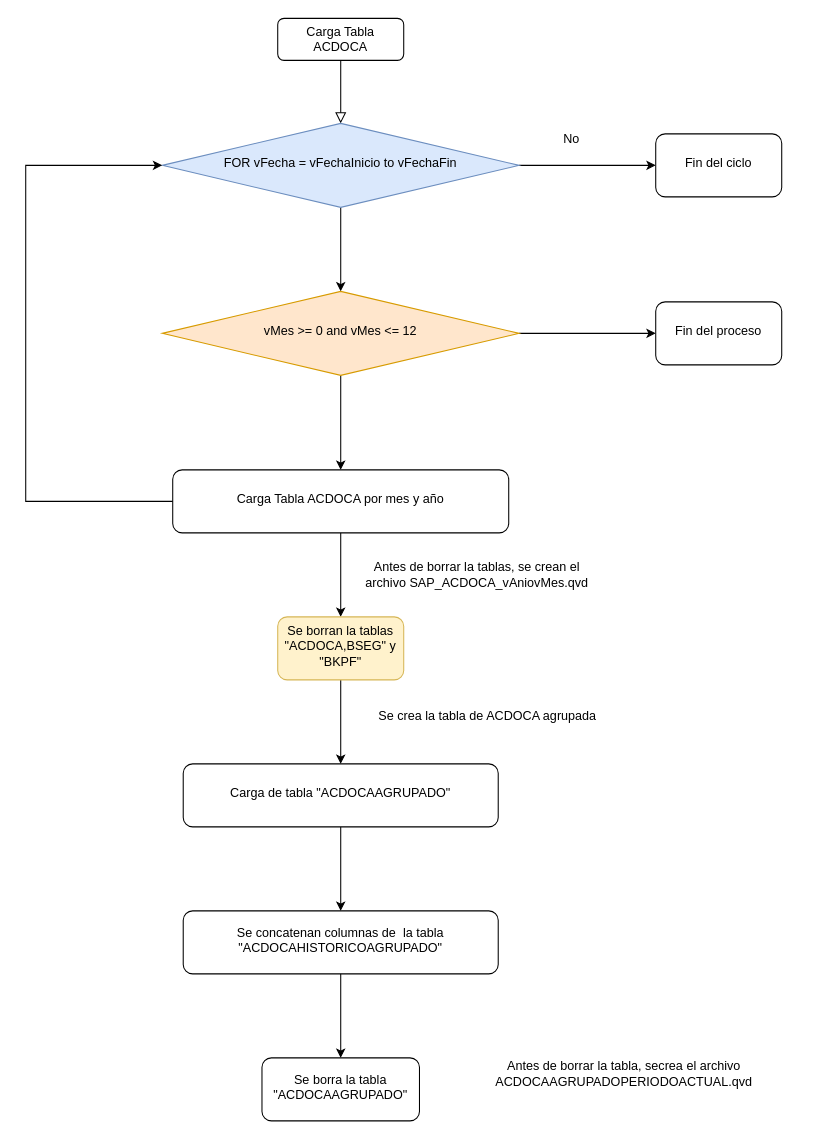
Earlier version of the draw.io diagram Transformación_Acdoca/Diagrama sin título.drawio (David-hub-utn/Proceso-de-transformaci-n-de-SAP). Source tidied: cells renumbered, new cells numbered last; positions are measured from the earlier drawing's top-left corner, leaving out a move shared by most shapes. Both pictures are drawn from the tidied source at 105%, with x=0, y=0 at pixel (25, 18).
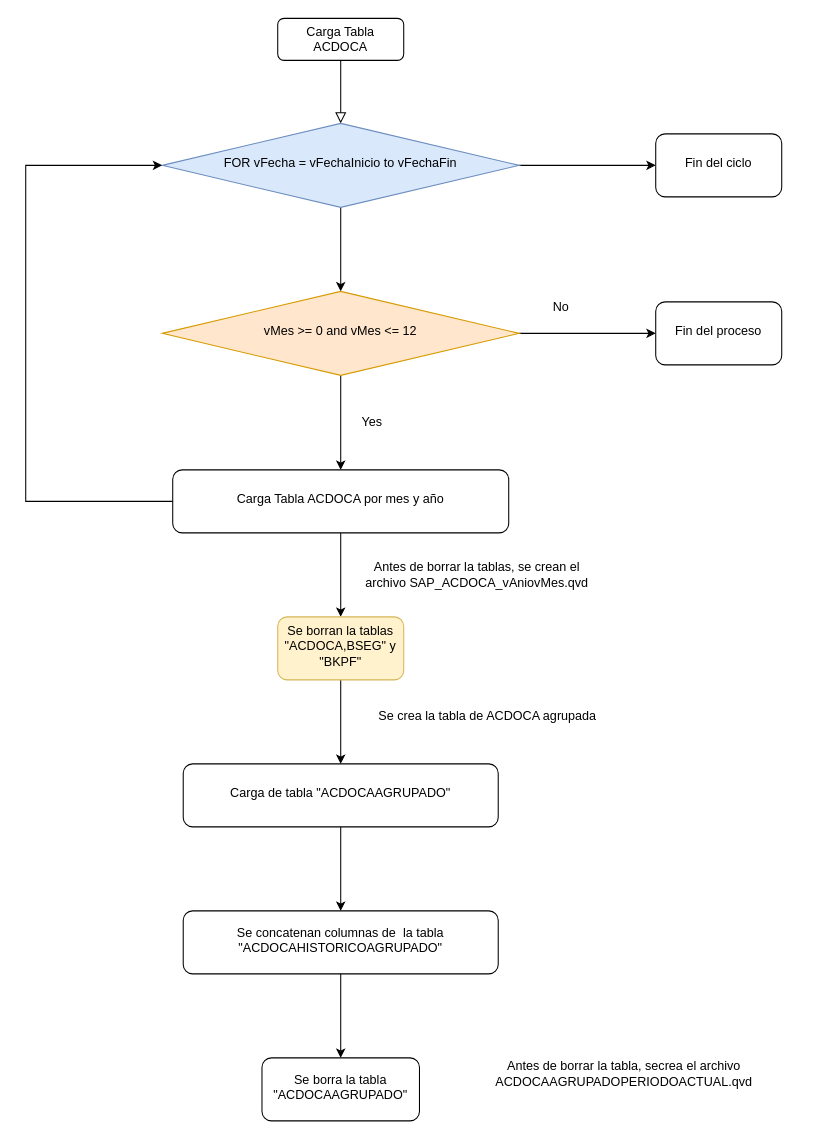
After the change.

The edit, as a diff of the source:
```diff
@@
     <mxCell id="8" value="No" style="text;html=1;strokeColor=none;fillColor=none;align=center;verticalAlign=middle;whiteSpace=wrap;rounded=0;" parent="1" vertex="1">
-      <mxGeometry x="490" y="100" width="60" height="30" as="geometry" />
+      <mxGeometry x="480" y="260" width="60" height="30" as="geometry" />
     </mxCell>
@@
+    <mxCell id="26" value="Yes" style="text;html=1;strokeColor=none;fillColor=none;align=center;verticalAlign=middle;whiteSpace=wrap;rounded=0;" parent="1" vertex="1">
+      <mxGeometry x="300" y="370" width="60" height="30" as="geometry" />
+    </mxCell>
```
